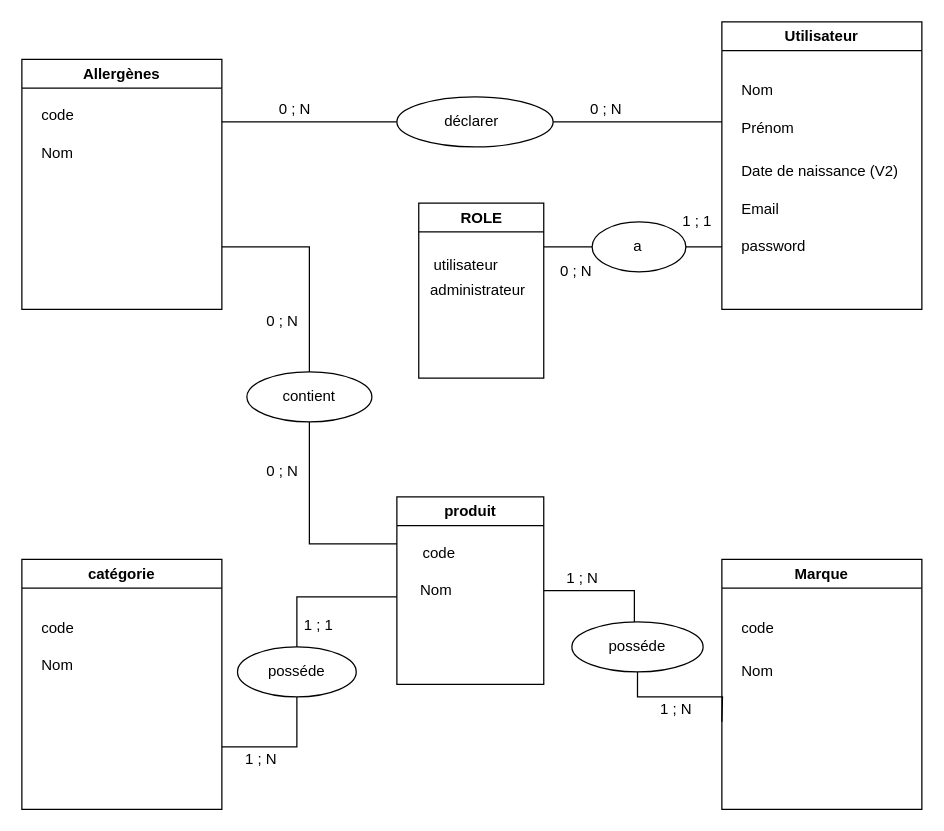
LordThi/repo-back2 keeps this draw.io diagram as docs/MCD.drawio. Above is the earlier version. Source tidied: cells renumbered, new cells numbered last; positions are measured from the earlier drawing's top-left corner, leaving out a move shared by most shapes. Both pictures are drawn from the tidied source at 125%, with x=0, y=0 at pixel (21, 21).
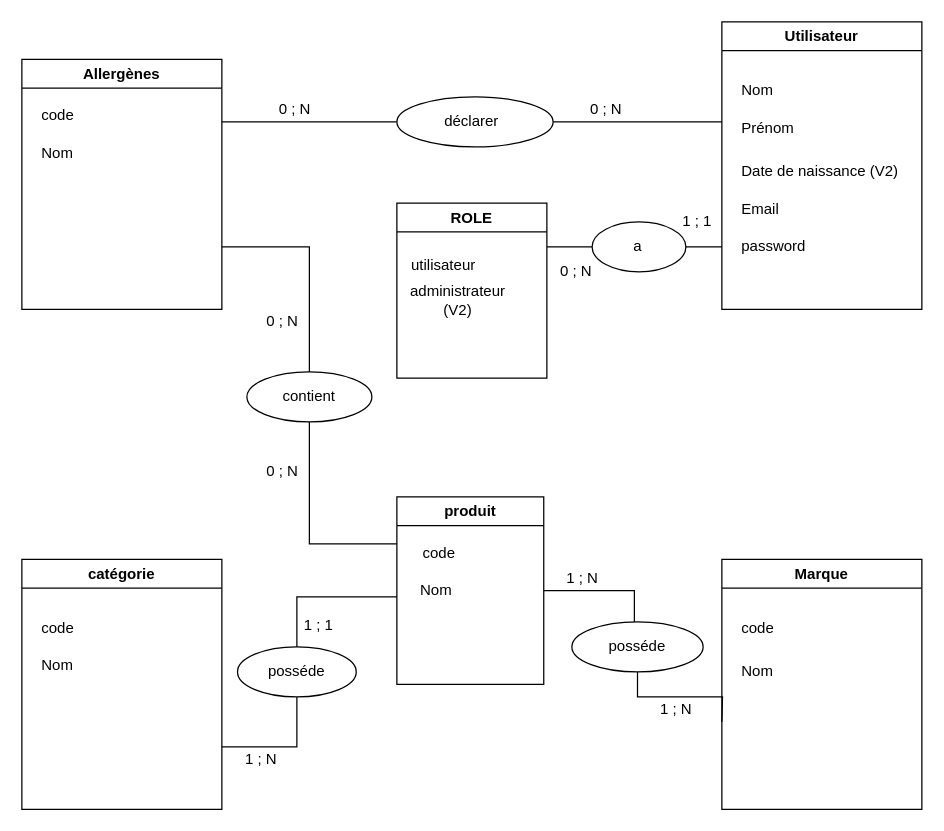
The same diagram, later.

The edit, as a diff of the source:
```diff
@@
     <mxCell id="39" value="ROLE" style="swimlane;whiteSpace=wrap;html=1;" parent="1" vertex="1">
-      <mxGeometry x="317.5" y="145" width="100" height="140" as="geometry" />
+      <mxGeometry x="300" y="145" width="120" height="140" as="geometry" />
     </mxCell>
@@
-    <mxCell id="41" value="administrateur" style="text;html=1;strokeColor=none;fillColor=none;align=center;verticalAlign=middle;whiteSpace=wrap;rounded=0;" parent="39" vertex="1">
-      <mxGeometry x="12.5" y="65" width="70" height="10" as="geometry" />
+    <mxCell id="41" value="administrateur (V2)" style="text;html=1;strokeColor=none;fillColor=none;align=center;verticalAlign=middle;whiteSpace=wrap;rounded=0;" parent="39" vertex="1">
+      <mxGeometry y="65" width="97.5" height="25" as="geometry" />
     </mxCell>
```
